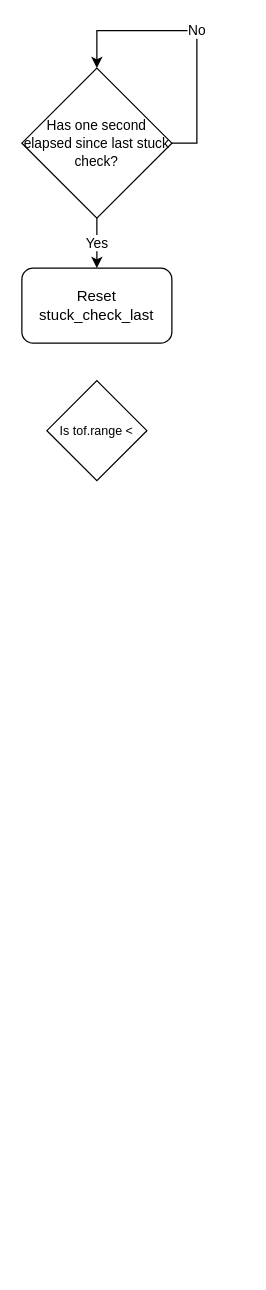
huangcz3x/mrjadkowski keeps this draw.io diagram as Logic flow charts/Untitled Diagram.drawio. Above is the earlier version. Source tidied: cells renumbered, new cells numbered last; positions are measured from the earlier drawing's top-left corner, leaving out a move shared by most shapes. Both pictures are drawn from the tidied source at 125%, with x=0, y=0 at pixel (21, 30).
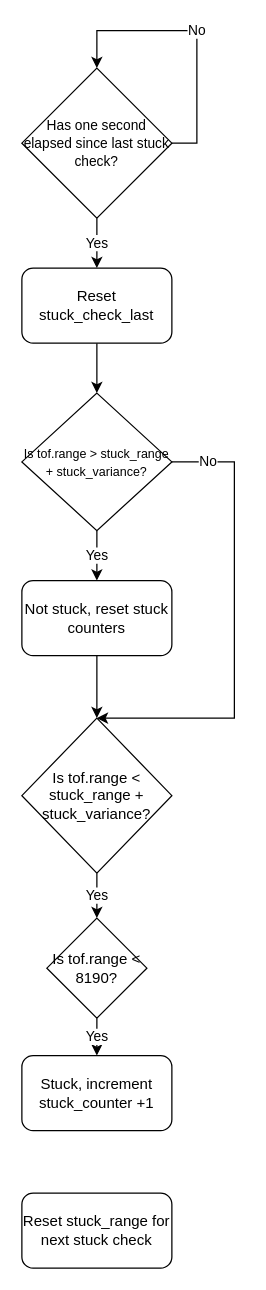
The same diagram, later.

The change refers to these unchanged cells:
```xml
<mxCell id="6" value="Reset stuck_check_last" style="rounded=1;whiteSpace=wrap;html=1;" parent="1" vertex="1">
  <mxGeometry y="190" width="120" height="60" as="geometry" />
</mxCell>
```

What changed in the source:
```diff
@@
+    <mxCell id="7" value="Yes" style="edgeStyle=orthogonalEdgeStyle;rounded=0;jettySize=auto;html=1;entryX=0.5;entryY=0;entryDx=0;entryDy=0;" parent="1" edge="1" source="5" target="11">
+      <mxGeometry relative="1" as="geometry" />
+    </mxCell>
+    <mxCell id="8" value="No" style="edgeStyle=orthogonalEdgeStyle;rounded=0;jettySize=auto;html=1;entryX=0.5;entryY=0;entryDx=0;entryDy=0;" parent="1" edge="1" source="5" target="13">
+      <mxGeometry x="-0.84" relative="1" as="geometry">
+        <Array as="points">
+          <mxPoint x="170" y="345" />
+          <mxPoint x="170" y="550" />
+        </Array>
+      </mxGeometry>
+    </mxCell>
-    <mxCell id="5" value="&lt;font style=&quot;font-size: 10px&quot;&gt;Is tof.range &amp;lt;&lt;/font&gt;" style="rhombus;whiteSpace=wrap;html=1;" parent="1" vertex="1">
-      <mxGeometry x="20" y="280" width="80" height="80" as="geometry" />
+    <mxCell id="5" value="&lt;font style=&quot;font-size: 10px&quot;&gt;Is tof.range &amp;gt; stuck_range + stuck_variance?&lt;/font&gt;" style="rhombus;whiteSpace=wrap;html=1;" parent="1" vertex="1">
+      <mxGeometry y="290" width="120" height="110" as="geometry" />
     </mxCell>
+    <mxCell id="9" style="edgeStyle=orthogonalEdgeStyle;rounded=0;jettySize=auto;html=1;exitX=0.5;exitY=1;exitDx=0;exitDy=0;entryX=0.5;entryY=0;entryDx=0;entryDy=0;" parent="1" edge="1" source="6" target="5">
+      <mxGeometry relative="1" as="geometry" />
+    </mxCell>
@@
+    <mxCell id="10" style="edgeStyle=orthogonalEdgeStyle;rounded=0;jettySize=auto;html=1;entryX=0.5;entryY=0;entryDx=0;entryDy=0;" parent="1" edge="1" source="11" target="13">
+      <mxGeometry relative="1" as="geometry" />
+    </mxCell>
+    <mxCell id="11" value="Not stuck, reset stuck counters" style="rounded=1;whiteSpace=wrap;html=1;" parent="1" vertex="1">
+      <mxGeometry y="440" width="120" height="60" as="geometry" />
+    </mxCell>
+    <mxCell id="12" value="Yes" style="edgeStyle=orthogonalEdgeStyle;rounded=0;jettySize=auto;html=1;exitX=0.5;exitY=1;exitDx=0;exitDy=0;entryX=0.5;entryY=0;entryDx=0;entryDy=0;" parent="1" edge="1" source="13" target="16">
+      <mxGeometry relative="1" as="geometry" />
+    </mxCell>
+    <mxCell id="13" value="Is tof.range &amp;lt; stuck_range + stuck_variance?" style="rhombus;whiteSpace=wrap;html=1;" parent="1" vertex="1">
+      <mxGeometry y="550" width="120" height="124" as="geometry" />
+    </mxCell>
+    <mxCell id="14" value="Stuck, increment stuck_counter +1" style="rounded=1;whiteSpace=wrap;html=1;" parent="1" vertex="1">
+      <mxGeometry y="820" width="120" height="60" as="geometry" />
+    </mxCell>
+    <mxCell id="15" value="Yes" style="edgeStyle=orthogonalEdgeStyle;rounded=0;jettySize=auto;html=1;exitX=0.5;exitY=1;exitDx=0;exitDy=0;entryX=0.5;entryY=0;entryDx=0;entryDy=0;" parent="1" edge="1" source="16" target="14">
+      <mxGeometry relative="1" as="geometry" />
+    </mxCell>
+    <mxCell id="16" value="Is tof.range &amp;lt; 8190?" style="rhombus;whiteSpace=wrap;html=1;" parent="1" vertex="1">
+      <mxGeometry x="20" y="710" width="80" height="80" as="geometry" />
+    </mxCell>
+    <mxCell id="17" value="Reset stuck_range for next stuck check" style="rounded=1;whiteSpace=wrap;html=1;" parent="1" vertex="1">
+      <mxGeometry y="930" width="120" height="60" as="geometry" />
+    </mxCell>
```
